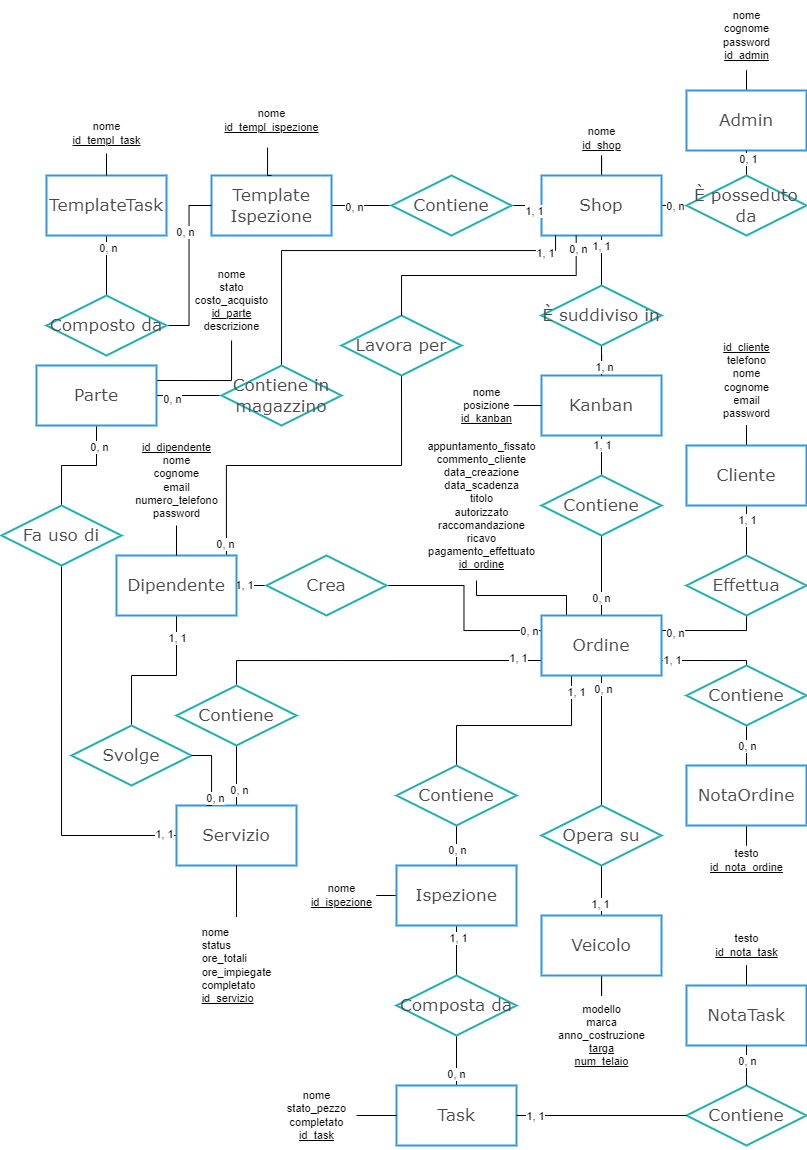
Above: resources/SchemaER.png in Mattia-Gaetano-Greco/Officina (draw.io), before the change. Source tidied: cells renumbered, new cells last; positions are measured from the earlier drawing's top-left corner, leaving out a move shared by most shapes.
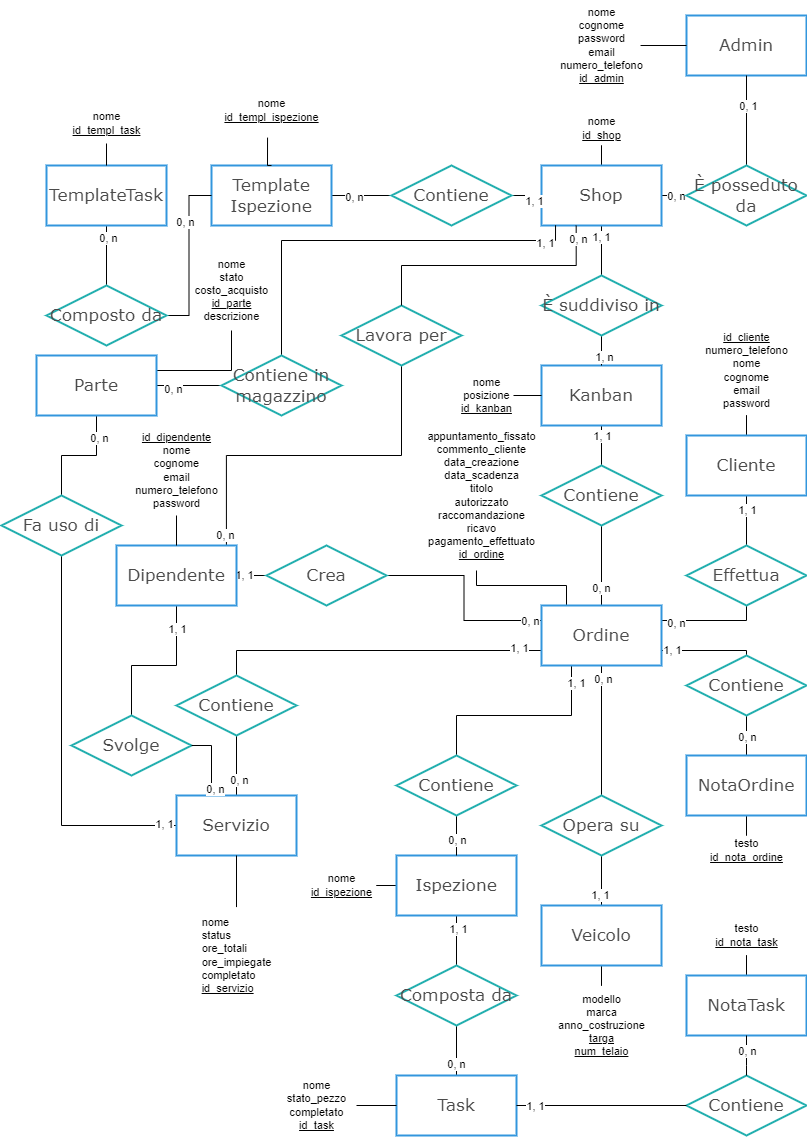
After the change.

Commit message:
updated Admin entity

Change to the diagram source:
```diff
@@ -162,11 +162,16 @@
       <mxGeometry relative="1" as="geometry" />
     </mxCell>
     <mxCell id="44" style="edgeStyle=orthogonalEdgeStyle;rounded=0;jettySize=auto;html=1;exitX=1;exitY=0.5;exitDx=0;exitDy=0;entryX=0;entryY=0.5;entryDx=0;entryDy=0;endArrow=none;endFill=0;" parent="1" edge="1" source="46" target="129">
-      <mxGeometry relative="1" as="geometry" />
+      <mxGeometry relative="1" as="geometry">
+        <Array as="points">
+          <mxPoint x="694" y="205" />
+          <mxPoint x="694" y="205" />
+        </Array>
+      </mxGeometry>
     </mxCell>
     <mxCell id="45" value="0, n" style="edgeLabel;html=1;align=center;verticalAlign=middle;" parent="44" vertex="1">
       <mxGeometry x="0.41" y="-2" relative="1" as="geometry">
-        <mxPoint x="-4" y="-2" as="offset" />
+        <mxPoint x="-16" y="-2" as="offset" />
       </mxGeometry>
     </mxCell>
     <mxCell id="46" value="Shop" style="rounded=0;whiteSpace=wrap;html=1;strokeWidth=2;strokeColor=#3396dd;fontFamily=Verdana;fontSize=17;fontColor=#4B4B4B;" parent="1" vertex="1">
@@ -187,8 +192,8 @@
     <mxCell id="51" value="modello&lt;br style=&quot;font-size: 11px;&quot;&gt;marca&lt;br style=&quot;font-size: 11px;&quot;&gt;anno_costruzione&lt;br style=&quot;font-size: 11px;&quot;&gt;&lt;u style=&quot;font-size: 11px;&quot;&gt;targa&lt;br style=&quot;font-size: 11px;&quot;&gt;num_telaio&lt;/u&gt;" style="text;html=1;align=center;verticalAlign=middle;points=[];strokeColor=none;fillColor=none;fontSize=11;fontFamily=Helvetica;fontColor=default;" parent="1" vertex="1">
       <mxGeometry x="545" y="995" width="110" height="80" as="geometry" />
     </mxCell>
-    <mxCell id="52" value="&lt;u style=&quot;font-size: 11px;&quot;&gt;id_cliente&lt;/u&gt;&lt;br style=&quot;font-size: 11px;&quot;&gt;telefono&lt;br style=&quot;font-size: 11px;&quot;&gt;nome&lt;br style=&quot;font-size: 11px;&quot;&gt;cognome&lt;br style=&quot;font-size: 11px;&quot;&gt;email&lt;br&gt;password" style="text;html=1;align=center;verticalAlign=middle;points=[];strokeColor=none;fillColor=none;fontSize=11;fontFamily=Helvetica;fontColor=default;" parent="1" vertex="1">
-      <mxGeometry x="710" y="335" width="70" height="90" as="geometry" />
+    <mxCell id="52" value="&lt;u style=&quot;font-size: 11px;&quot;&gt;id_cliente&lt;/u&gt;&lt;br style=&quot;font-size: 11px;&quot;&gt;numero_telefono&lt;br style=&quot;font-size: 11px;&quot;&gt;nome&lt;br style=&quot;font-size: 11px;&quot;&gt;cognome&lt;br style=&quot;font-size: 11px;&quot;&gt;email&lt;br&gt;password" style="text;html=1;align=center;verticalAlign=middle;points=[];strokeColor=none;fillColor=none;fontSize=11;fontFamily=Helvetica;fontColor=default;" parent="1" vertex="1">
+      <mxGeometry x="690" y="335" width="110" height="90" as="geometry" />
     </mxCell>
     <mxCell id="53" style="edgeStyle=orthogonalEdgeStyle;shape=connector;rounded=0;jettySize=auto;html=1;labelBackgroundColor=default;strokeColor=default;align=center;verticalAlign=middle;fontFamily=Helvetica;fontSize=11;fontColor=default;endArrow=none;endFill=0;entryX=0.5;entryY=0;entryDx=0;entryDy=0;" parent="1" edge="1" source="55" target="118">
       <mxGeometry relative="1" as="geometry" />
@@ -446,11 +451,8 @@
     <mxCell id="124" value="nome&lt;br style=&quot;font-size: 11px;&quot;&gt;&lt;u style=&quot;font-size: 11px;&quot;&gt;id_shop&lt;/u&gt;" style="text;html=1;align=center;verticalAlign=middle;points=[];strokeColor=none;fillColor=none;fontSize=11;" parent="1" vertex="1">
       <mxGeometry x="570" y="118" width="60" height="40" as="geometry" />
     </mxCell>
-    <mxCell id="125" style="edgeStyle=orthogonalEdgeStyle;rounded=0;jettySize=auto;html=1;exitX=0.5;exitY=0;exitDx=0;exitDy=0;endArrow=none;endFill=0;" parent="1" edge="1" source="126" target="130">
-      <mxGeometry relative="1" as="geometry" />
-    </mxCell>
     <mxCell id="126" value="Admin" style="rounded=0;whiteSpace=wrap;html=1;strokeWidth=2;strokeColor=#3396dd;fontFamily=Verdana;fontSize=17;fontColor=#4B4B4B;" parent="1" vertex="1">
-      <mxGeometry x="685" y="90" width="120" height="60" as="geometry" />
+      <mxGeometry x="685" y="25" width="120" height="60" as="geometry" />
     </mxCell>
     <mxCell id="127" style="edgeStyle=orthogonalEdgeStyle;rounded=0;jettySize=auto;html=1;exitX=0.5;exitY=0;exitDx=0;exitDy=0;entryX=0.5;entryY=1;entryDx=0;entryDy=0;endArrow=none;endFill=0;" parent="1" edge="1" source="129" target="126">
       <mxGeometry relative="1" as="geometry" />
@@ -461,8 +463,8 @@
     <mxCell id="129" value="È posseduto da" style="rhombus;whiteSpace=wrap;html=1;strokeWidth=2;strokeColor=#24afaf;fontFamily=Verdana;fontSize=17;fontColor=#4B4B4B;" parent="1" vertex="1">
       <mxGeometry x="685" y="175" width="120" height="60" as="geometry" />
     </mxCell>
-    <mxCell id="130" value="nome&lt;br&gt;cognome&lt;br&gt;password&lt;br style=&quot;font-size: 11px;&quot;&gt;&lt;u style=&quot;font-size: 11px;&quot;&gt;id_admin&lt;/u&gt;" style="text;html=1;align=center;verticalAlign=middle;points=[];strokeColor=none;fillColor=none;fontSize=11;" parent="1" vertex="1">
-      <mxGeometry x="710" width="70" height="70" as="geometry" />
+    <mxCell id="130" value="nome&lt;br&gt;cognome&lt;br&gt;password&lt;br&gt;email&lt;br&gt;numero_telefono&lt;br style=&quot;font-size: 11px;&quot;&gt;&lt;u style=&quot;font-size: 11px;&quot;&gt;id_admin&lt;/u&gt;" style="text;html=1;align=center;verticalAlign=middle;points=[];strokeColor=none;fillColor=none;fontSize=11;" parent="1" vertex="1">
+      <mxGeometry x="545" y="10" width="110" height="90" as="geometry" />
     </mxCell>
     <mxCell id="131" value="Lavora per" style="rhombus;whiteSpace=wrap;html=1;strokeWidth=2;strokeColor=#24afaf;fontFamily=Verdana;fontSize=17;fontColor=#4B4B4B;" parent="1" vertex="1">
       <mxGeometry x="340" y="315" width="120" height="60" as="geometry" />
@@ -473,5 +475,8 @@
     <mxCell id="133" value="0, n" style="edgeLabel;html=1;align=center;verticalAlign=middle;" parent="132" vertex="1">
       <mxGeometry x="0.89" y="-2" relative="1" as="geometry" />
     </mxCell>
+    <mxCell id="125" style="edgeStyle=orthogonalEdgeStyle;rounded=0;jettySize=auto;html=1;exitX=0;exitY=0.5;exitDx=0;exitDy=0;entryX=0.855;entryY=0.5;entryDx=0;entryDy=0;entryPerimeter=0;endArrow=none;endFill=0;" parent="1" edge="1" source="126" target="130">
+      <mxGeometry relative="1" as="geometry" />
+    </mxCell>
   </root>
 </mxGraphModel>
```
